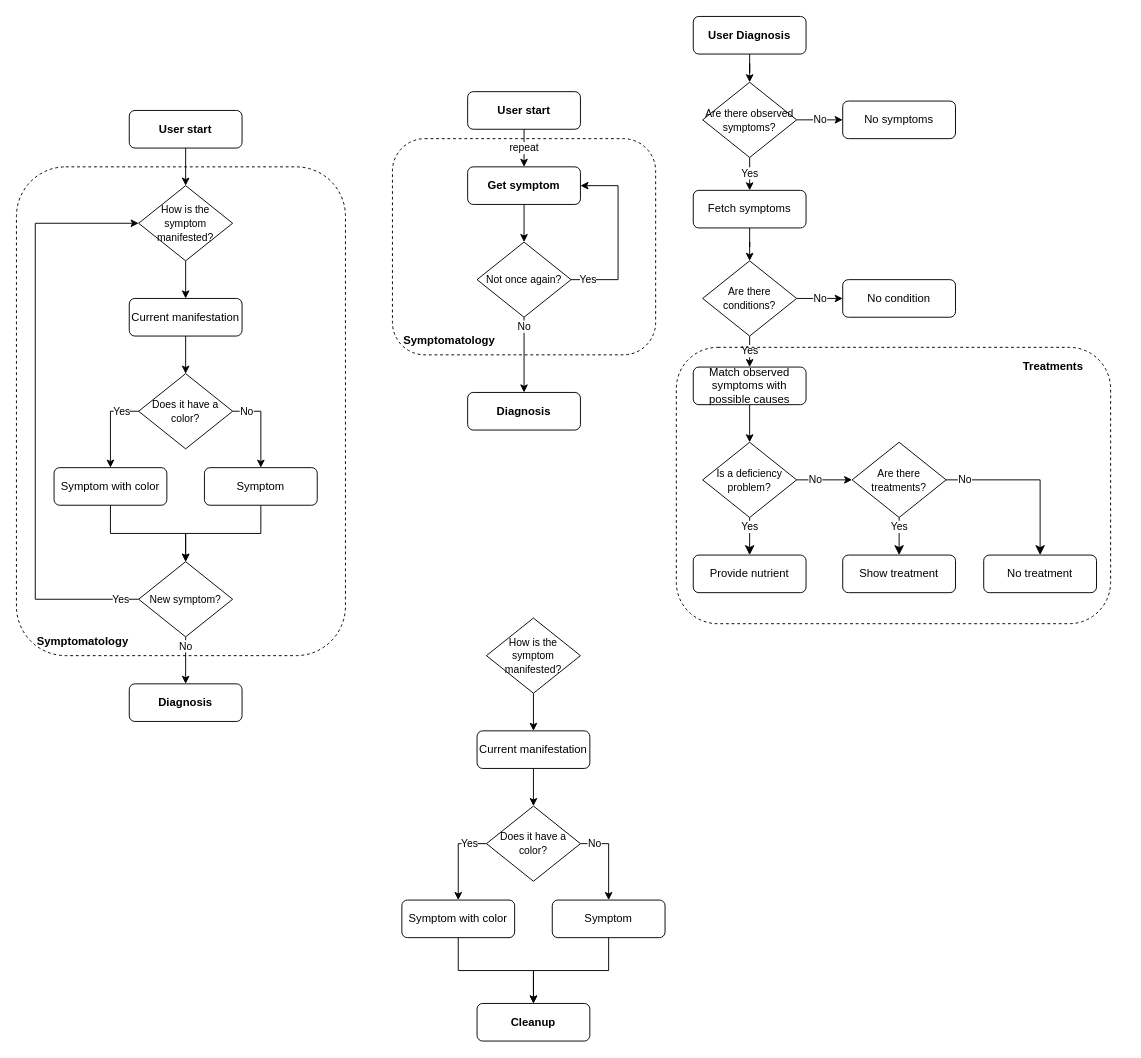
This is docs/user_mode_rules.drawio from francescoperagine/GreMaES, a draw.io file, before an edit. Source tidied: cells renumbered, new cells numbered last; positions are measured from the earlier drawing's top-left corner, leaving out a move shared by most shapes. Both pictures are drawn from the tidied source at 94%, with x=0, y=0 at pixel (16, 16).
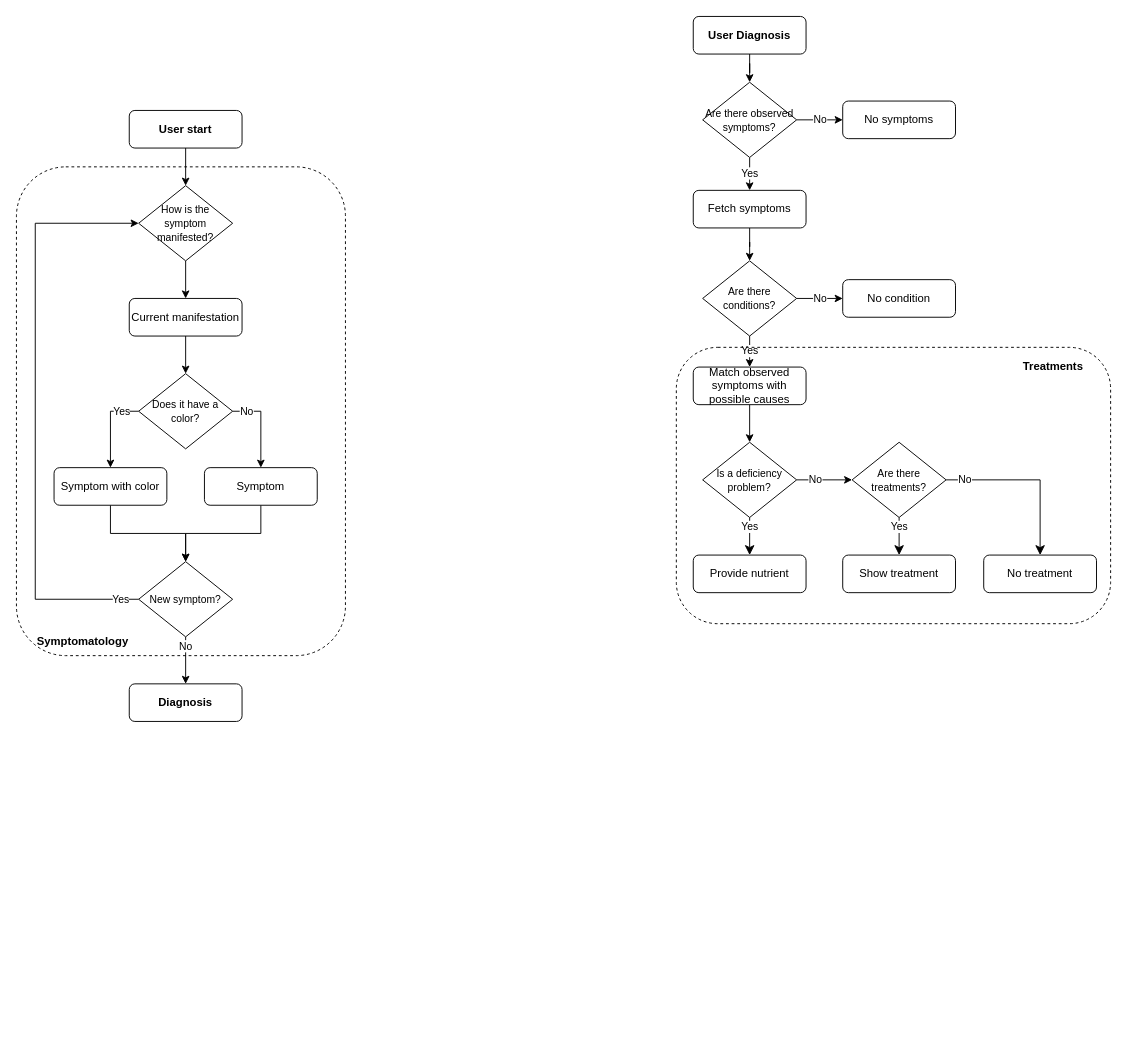
The same page after the edit.

Diff of the diagram source:
```diff
@@
-    <mxCell id="2" value="No" style="edgeStyle=orthogonalEdgeStyle;rounded=0;jettySize=auto;html=1;exitX=0.5;exitY=1;exitDx=0;exitDy=0;" parent="1" edge="1" source="37" target="5">
-      <mxGeometry x="-0.75" relative="1" as="geometry" />
-    </mxCell>
-    <mxCell id="3" style="rounded=1;whiteSpace=wrap;html=1;dashed=1;fillColor=none;" parent="1" vertex="1">
-      <mxGeometry x="400" y="130" width="280" height="230" as="geometry" />
-    </mxCell>
-    <mxCell id="4" value="User start" style="rounded=1;whiteSpace=wrap;html=1;fontSize=12;glass=0;strokeWidth=1;shadow=0;fontStyle=1;" parent="1" vertex="1">
-      <mxGeometry x="480" y="80" width="120" height="40" as="geometry" />
-    </mxCell>
-    <mxCell id="5" value="Diagnosis" style="rounded=1;whiteSpace=wrap;html=1;fontSize=12;glass=0;strokeWidth=1;shadow=0;fontStyle=1;" parent="1" vertex="1">
-      <mxGeometry x="480" y="400" width="120" height="40" as="geometry" />
-    </mxCell>
-    <mxCell id="6" value="Yes" style="edgeStyle=orthogonalEdgeStyle;rounded=0;jettySize=auto;html=1;exitX=0;exitY=0.5;exitDx=0;exitDy=0;" parent="1" edge="1" source="8" target="10">
-      <mxGeometry x="-0.6" relative="1" as="geometry" />
-    </mxCell>
-    <mxCell id="7" value="No" style="edgeStyle=orthogonalEdgeStyle;rounded=0;jettySize=auto;html=1;exitX=1;exitY=0.5;exitDx=0;exitDy=0;" parent="1" edge="1" source="8" target="39">
-      <mxGeometry x="-0.67" relative="1" as="geometry" />
-    </mxCell>
-    <mxCell id="8" value="&lt;span style=&quot;font-size: 11px;&quot;&gt;Does it have a color?&lt;/span&gt;" style="rhombus;whiteSpace=wrap;html=1;" parent="1" vertex="1">
-      <mxGeometry x="500" y="840" width="100" height="80" as="geometry" />
-    </mxCell>
-    <mxCell id="9" style="edgeStyle=orthogonalEdgeStyle;rounded=0;jettySize=auto;html=1;endArrow=classic;endFill=1;" parent="1" edge="1" source="10" target="43">
-      <mxGeometry relative="1" as="geometry" />
-    </mxCell>
-    <mxCell id="10" value="Symptom with color" style="rounded=1;whiteSpace=wrap;html=1;fontSize=12;glass=0;strokeWidth=1;shadow=0;" parent="1" vertex="1">
-      <mxGeometry x="410" y="940" width="120" height="40" as="geometry" />
-    </mxCell>
@@
-    <mxCell id="28" style="edgeStyle=orthogonalEdgeStyle;rounded=0;jettySize=auto;html=1;" parent="1" edge="1" source="29" target="46">
-      <mxGeometry relative="1" as="geometry" />
-    </mxCell>
-    <mxCell id="29" value="&lt;span style=&quot;font-size: 11px;&quot;&gt;How is the symptom manifested?&lt;/span&gt;" style="rhombus;whiteSpace=wrap;html=1;" parent="1" vertex="1">
-      <mxGeometry x="500" y="640" width="100" height="80" as="geometry" />
-    </mxCell>
@@
-    <mxCell id="33" value="repeat" style="edgeStyle=orthogonalEdgeStyle;rounded=0;jettySize=auto;html=1;exitX=0.5;exitY=1;exitDx=0;exitDy=0;" parent="1" edge="1" source="4" target="35">
-      <mxGeometry relative="1" as="geometry" />
-    </mxCell>
-    <mxCell id="34" style="edgeStyle=orthogonalEdgeStyle;rounded=0;jettySize=auto;html=1;" parent="1" edge="1" source="35" target="37">
-      <mxGeometry relative="1" as="geometry" />
-    </mxCell>
-    <mxCell id="35" value="Get symptom" style="rounded=1;whiteSpace=wrap;html=1;fontSize=12;glass=0;strokeWidth=1;shadow=0;fontStyle=1;labelBackgroundColor=none;labelBorderColor=none;" parent="1" vertex="1">
-      <mxGeometry x="480" y="160" width="120" height="40" as="geometry" />
-    </mxCell>
-    <mxCell id="36" value="Yes" style="edgeStyle=orthogonalEdgeStyle;rounded=0;jettySize=auto;html=1;exitX=1;exitY=0.5;exitDx=0;exitDy=0;entryX=1;entryY=0.5;entryDx=0;entryDy=0;" parent="1" edge="1" source="37">
-      <mxGeometry x="-0.81" relative="1" as="geometry">
-        <mxPoint x="600" y="180" as="targetPoint" />
-        <Array as="points">
-          <mxPoint x="640" y="280" />
-          <mxPoint x="640" y="180" />
-        </Array>
-      </mxGeometry>
-    </mxCell>
-    <mxCell id="37" value="&lt;span style=&quot;font-size: 11px;&quot;&gt;Not once again?&lt;/span&gt;" style="rhombus;whiteSpace=wrap;html=1;" parent="1" vertex="1">
-      <mxGeometry x="490" y="240" width="100" height="80" as="geometry" />
-    </mxCell>
-    <mxCell id="38" style="edgeStyle=orthogonalEdgeStyle;rounded=0;jettySize=auto;html=1;endArrow=classic;endFill=1;" parent="1" edge="1" source="39" target="43">
-      <mxGeometry relative="1" as="geometry" />
-    </mxCell>
-    <mxCell id="39" value="Symptom" style="rounded=1;whiteSpace=wrap;html=1;fontSize=12;glass=0;strokeWidth=1;shadow=0;" parent="1" vertex="1">
-      <mxGeometry x="570" y="940" width="120" height="40" as="geometry" />
-    </mxCell>
@@
-    <mxCell id="43" value="Cleanup" style="rounded=1;whiteSpace=wrap;html=1;fontSize=12;glass=0;strokeWidth=1;shadow=0;fontStyle=1;labelBackgroundColor=none;labelBorderColor=none;" parent="1" vertex="1">
-      <mxGeometry x="490" y="1050" width="120" height="40" as="geometry" />
-    </mxCell>
-    <mxCell id="44" value="Symptomatology" style="text;html=1;strokeColor=none;fillColor=none;align=left;verticalAlign=middle;whiteSpace=wrap;rounded=0;fontStyle=1;" parent="1" vertex="1">
-      <mxGeometry x="410" y="330" width="110" height="30" as="geometry" />
-    </mxCell>
-    <mxCell id="45" style="edgeStyle=orthogonalEdgeStyle;rounded=0;jettySize=auto;html=1;" parent="1" edge="1" source="46" target="8">
-      <mxGeometry relative="1" as="geometry" />
-    </mxCell>
-    <mxCell id="46" value="Current manifestation" style="rounded=1;whiteSpace=wrap;html=1;fontSize=12;glass=0;strokeWidth=1;shadow=0;" parent="1" vertex="1">
-      <mxGeometry x="490" y="760" width="120" height="40" as="geometry" />
-    </mxCell>
```
